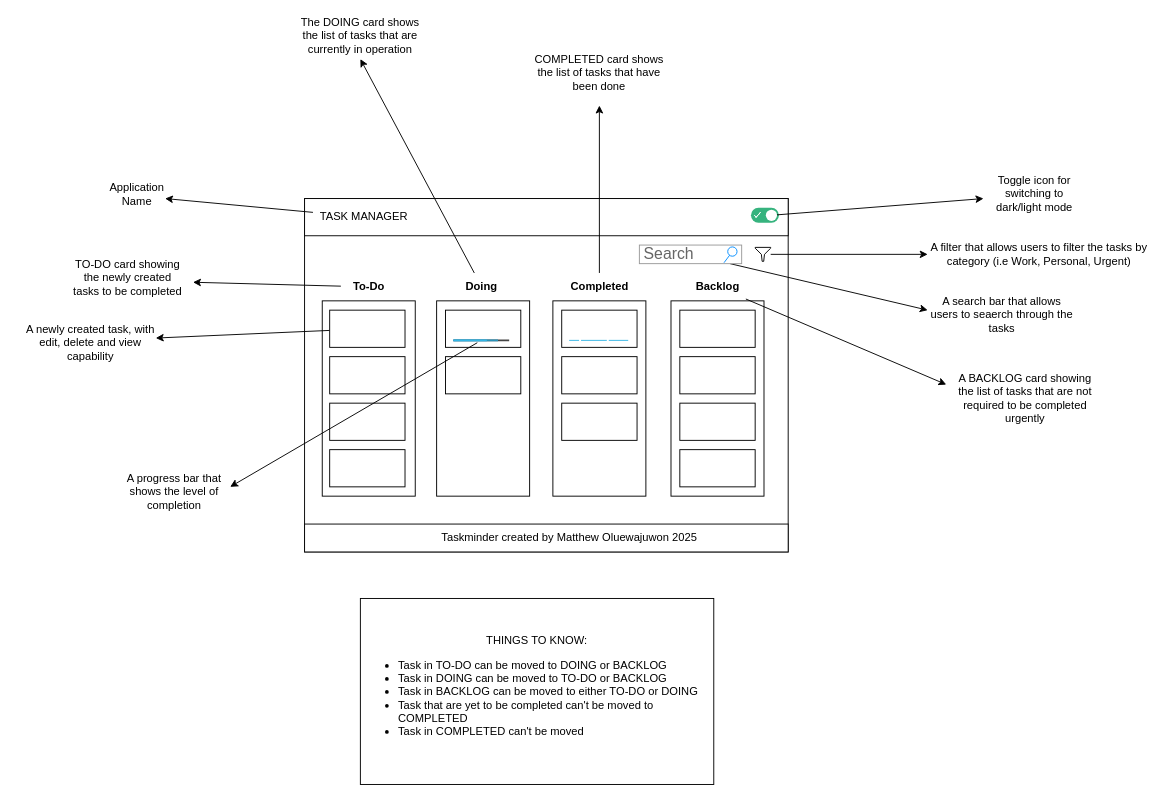
This is architecture-flow.drawio from Matthew-Oluwajuwon/task-manager, a draw.io file, before an edit. Source tidied: cells renumbered, new cells numbered last; positions are measured from the earlier drawing's top-left corner, leaving out a move shared by most shapes. Both pictures are drawn from the tidied source at 93%, with x=0, y=0 at pixel (16, 21).
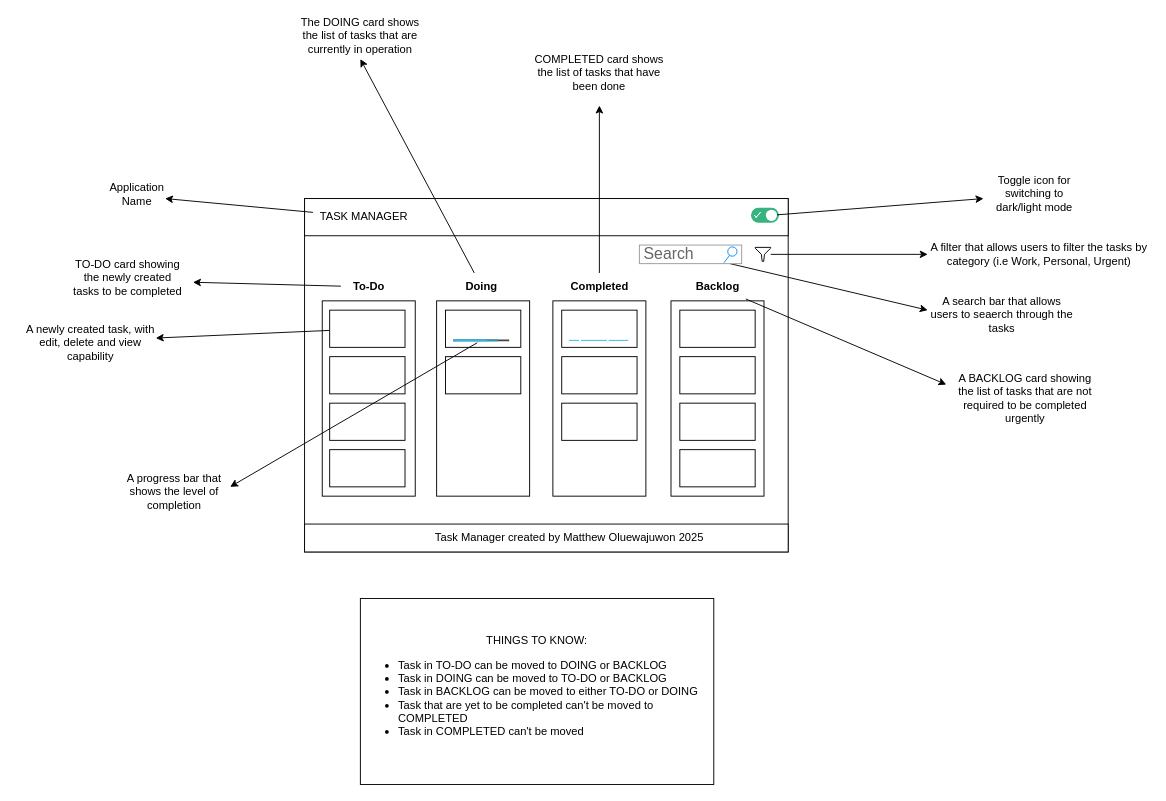
The same diagram, later.

Change to the diagram source:
```diff
@@
-    <mxCell id="44" value="Taskminder created by Matthew Oluewajuwon 2025" style="text;strokeColor=none;align=center;fillColor=none;html=1;verticalAlign=middle;whiteSpace=wrap;rounded=0;" parent="1" vertex="1">
+    <mxCell id="44" value="Task Manager created by Matthew Oluewajuwon 2025" style="text;strokeColor=none;align=center;fillColor=none;html=1;verticalAlign=middle;whiteSpace=wrap;rounded=0;" parent="1" vertex="1">
       <mxGeometry x="430" y="547" width="330" height="15" as="geometry" />
     </mxCell>
```
